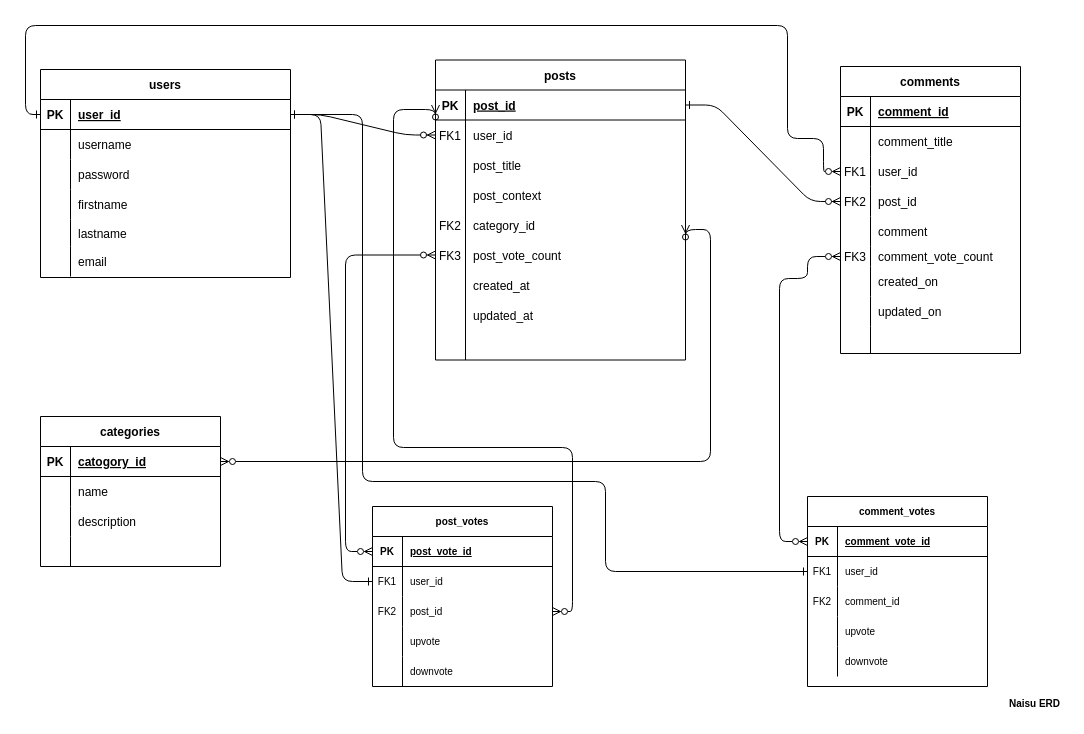
Above: Untitled Diagram.drawio in whoisnaisu/skill-checkpoints-2-back-end-development (draw.io), before the change. Source tidied: cells renumbered, new cells numbered last; positions are measured from the earlier drawing's top-left corner, leaving out a move shared by most shapes. Both pictures are drawn from the tidied source at 100%, with x=0, y=0 at pixel (25, 25).
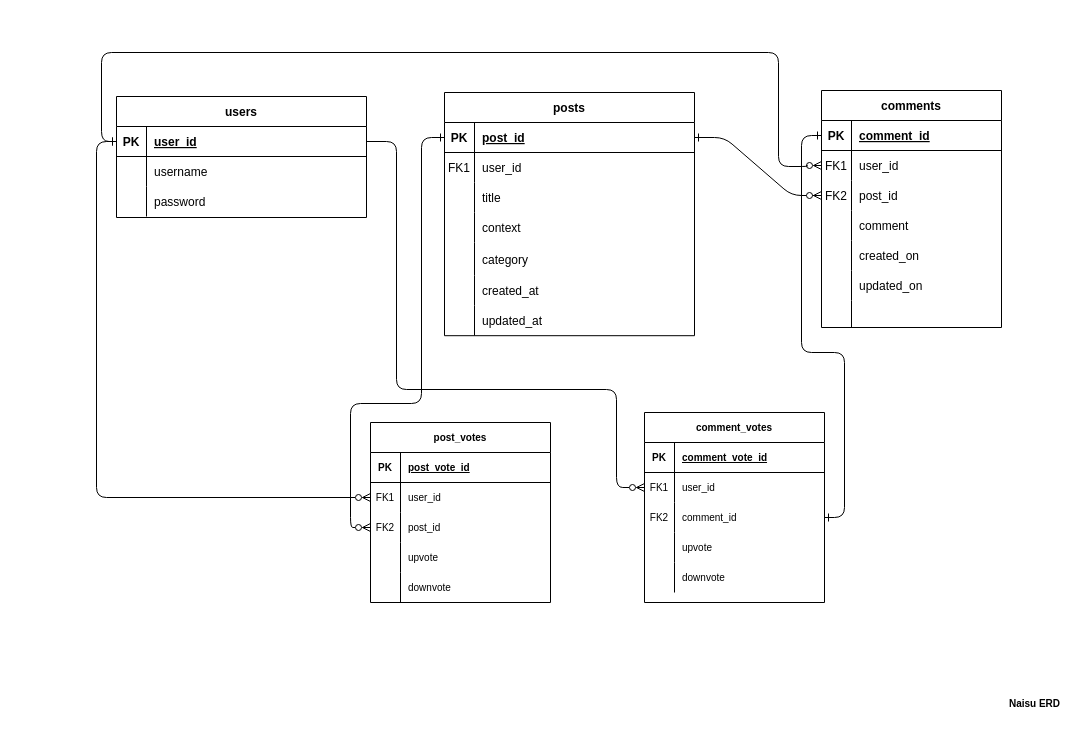
The same diagram, later.

The change refers to these unchanged cells:
```xml
<mxCell id="5" style="shape=partialRectangle;fillColor=none;points=[[0,0.5],[1,0.5]];portConstraint=eastwest;top=0;left=0;right=0;bottom=1;" parent="4" vertex="1">
  <mxGeometry y="30" width="250" height="30" as="geometry" />
</mxCell>
<mxCell id="8" style="shape=partialRectangle;fillColor=none;points=[[0,0.5],[1,0.5]];portConstraint=eastwest;top=0;left=0;right=0;bottom=0;" parent="4" vertex="1">
  <mxGeometry y="60" width="250" height="30" as="geometry" />
</mxCell>
<mxCell id="11" style="shape=partialRectangle;fillColor=none;top=0;left=0;right=0;bottom=0;" parent="4" vertex="1">
  <mxGeometry y="90" width="250" height="30" as="geometry" />
</mxCell>
<mxCell id="14" style="shape=tableRow;horizontal=0;startSize=0;swimlaneHead=0;swimlaneBody=0;fillColor=none;top=0;left=0;right=0;bottom=0;" parent="4" vertex="1">
  <mxGeometry y="120" width="250" height="30" as="geometry" />
</mxCell>
<mxCell id="33" style="shape=partialRectangle;fillColor=none;points=[[0,0.5],[1,0.5]];portConstraint=eastwest;top=0;left=0;right=0;bottom=1;" parent="32" vertex="1">
  <mxGeometry y="30" width="250" height="30" as="geometry" />
</mxCell>
<mxCell id="52" style="shape=tableRow;horizontal=0;startSize=0;swimlaneHead=0;swimlaneBody=0;fillColor=none;points=[[0,0.5],[1,0.5]];portConstraint=eastwest;top=0;left=0;right=0;bottom=1;" parent="51" vertex="1">
  <mxGeometry y="30" width="180" height="30" as="geometry" />
</mxCell>
<mxCell id="96" style="shape=tableRow;horizontal=0;startSize=0;swimlaneHead=0;swimlaneBody=0;fillColor=none;points=[[0,0.5],[1,0.5]];portConstraint=eastwest;top=0;left=0;right=0;bottom=1;glass=0;fontFamily=Helvetica;fontSize=10;" parent="95" vertex="1">
  <mxGeometry y="30" width="180" height="30" as="geometry" />
</mxCell>
<mxCell id="99" style="shape=tableRow;horizontal=0;startSize=0;swimlaneHead=0;swimlaneBody=0;fillColor=none;points=[[0,0.5],[1,0.5]];portConstraint=eastwest;top=0;left=0;right=0;bottom=0;glass=0;fontFamily=Helvetica;fontSize=10;" parent="95" vertex="1">
  <mxGeometry y="60" width="180" height="30" as="geometry" />
</mxCell>
<mxCell id="102" style="shape=tableRow;horizontal=0;startSize=0;swimlaneHead=0;swimlaneBody=0;fillColor=none;points=[[0,0.5],[1,0.5]];portConstraint=eastwest;top=0;left=0;right=0;bottom=0;glass=0;fontFamily=Helvetica;fontSize=10;" parent="95" vertex="1">
  <mxGeometry y="90" width="180" height="30" as="geometry" />
</mxCell>
<mxCell id="112" style="shape=tableRow;horizontal=0;startSize=0;swimlaneHead=0;swimlaneBody=0;fillColor=none;points=[[0,0.5],[1,0.5]];portConstraint=eastwest;top=0;left=0;right=0;bottom=1;glass=0;fontFamily=Helvetica;fontSize=10;" parent="111" vertex="1">
  <mxGeometry y="30" width="180" height="30" as="geometry" />
</mxCell>
<mxCell id="115" style="shape=tableRow;horizontal=0;startSize=0;swimlaneHead=0;swimlaneBody=0;fillColor=none;points=[[0,0.5],[1,0.5]];portConstraint=eastwest;top=0;left=0;right=0;bottom=0;glass=0;fontFamily=Helvetica;fontSize=10;" parent="111" vertex="1">
  <mxGeometry y="60" width="180" height="30" as="geometry" />
</mxCell>
<mxCell id="118" style="shape=tableRow;horizontal=0;startSize=0;swimlaneHead=0;swimlaneBody=0;fillColor=none;points=[[0,0.5],[1,0.5]];portConstraint=eastwest;top=0;left=0;right=0;bottom=0;glass=0;fontFamily=Helvetica;fontSize=10;" parent="111" vertex="1">
  <mxGeometry y="90" width="180" height="30" as="geometry" />
</mxCell>
```

What changed in the source:
```diff
@@
-    <mxCell id="2" style="edgeStyle=entityRelationEdgeStyle;endArrow=ERzeroToMany;startArrow=ERone;endFill=1;startFill=0;" parent="1" edge="1" source="33" target="8">
-      <mxGeometry relative="1" as="geometry" />
-    </mxCell>
@@
     <mxCell id="4" value="posts" style="shape=table;startSize=30;childLayout=tableLayout;rowLines=0;fontStyle=1;align=center;" parent="1" vertex="1">
-      <mxGeometry x="410" y="34.5" width="250" height="300" as="geometry" />
+      <mxGeometry x="419" y="67" width="250" height="243.2" as="geometry" />
     </mxCell>
@@
-    <mxCell id="13" value="post_title" style="shape=partialRectangle;overflow=hidden;fillColor=none;top=0;left=0;bottom=0;right=0;align=left;spacingLeft=6;" parent="11" vertex="1">
+    <mxCell id="13" value="title" style="shape=partialRectangle;overflow=hidden;fillColor=none;top=0;left=0;bottom=0;right=0;align=left;spacingLeft=6;" parent="11" vertex="1">
       <mxGeometry x="30" width="220" height="30" as="geometry" />
     </mxCell>
@@
-    <mxCell id="16" value="post_context" style="shape=partialRectangle;fillColor=none;top=0;left=0;bottom=0;right=0;align=left;spacingLeft=6;overflow=hidden;" parent="14" vertex="1">
+    <mxCell id="16" value="context" style="shape=partialRectangle;fillColor=none;top=0;left=0;bottom=0;right=0;align=left;spacingLeft=6;overflow=hidden;" parent="14" vertex="1">
       <mxGeometry x="30" width="220" height="30" as="geometry" />
     </mxCell>
     <mxCell id="17" style="shape=tableRow;horizontal=0;startSize=0;swimlaneHead=0;swimlaneBody=0;fillColor=none;points=[[0,0.5],[1,0.5]];portConstraint=eastwest;top=0;left=0;right=0;bottom=0;" parent="4" vertex="1">
-      <mxGeometry y="150" width="250" height="30" as="geometry" />
+      <mxGeometry y="150" width="250" height="33" as="geometry" />
     </mxCell>
-    <mxCell id="18" value="FK2" style="shape=partialRectangle;fillColor=none;top=0;left=0;bottom=0;right=0;overflow=hidden;" parent="17" vertex="1">
-      <mxGeometry width="30" height="30" as="geometry" />
+    <mxCell id="18" style="shape=partialRectangle;fillColor=none;top=0;left=0;bottom=0;right=0;overflow=hidden;" parent="17" vertex="1">
+      <mxGeometry width="30" height="33" as="geometry" />
     </mxCell>
-    <mxCell id="19" value="category_id" style="shape=partialRectangle;fillColor=none;top=0;left=0;bottom=0;right=0;align=left;spacingLeft=6;overflow=hidden;" parent="17" vertex="1">
-      <mxGeometry x="30" width="220" height="30" as="geometry" />
+    <mxCell id="19" value="category" style="shape=partialRectangle;fillColor=none;top=0;left=0;bottom=0;right=0;align=left;spacingLeft=6;overflow=hidden;" parent="17" vertex="1">
+      <mxGeometry x="30" width="220" height="33" as="geometry" />
     </mxCell>
-    <mxCell id="20" style="shape=tableRow;horizontal=0;startSize=0;swimlaneHead=0;swimlaneBody=0;fillColor=none;points=[[0,0.5],[1,0.5]];portConstraint=eastwest;top=0;left=0;right=0;bottom=0;" parent="4" vertex="1">
-      <mxGeometry y="180" width="250" height="30" as="geometry" />
-    </mxCell>
-    <mxCell id="21" value="FK3" style="shape=partialRectangle;fillColor=none;top=0;left=0;bottom=0;right=0;fontStyle=0;overflow=hidden;" parent="20" vertex="1">
-      <mxGeometry width="30" height="30" as="geometry" />
-    </mxCell>
-    <mxCell id="22" value="post_vote_count" style="shape=partialRectangle;fillColor=none;top=0;left=0;bottom=0;right=0;align=left;spacingLeft=6;fontStyle=0;overflow=hidden;" parent="20" vertex="1">
-      <mxGeometry x="30" width="220" height="30" as="geometry" />
-    </mxCell>
     <mxCell id="23" style="shape=tableRow;horizontal=0;startSize=0;swimlaneHead=0;swimlaneBody=0;fillColor=none;top=0;left=0;right=0;bottom=0;" parent="4" vertex="1">
-      <mxGeometry y="210" width="250" height="30" as="geometry" />
+      <mxGeometry y="183" width="250" height="30" as="geometry" />
     </mxCell>
@@
     <mxCell id="26" style="shape=tableRow;horizontal=0;startSize=0;swimlaneHead=0;swimlaneBody=0;fillColor=none;top=0;left=0;right=0;bottom=0;" parent="4" vertex="1">
-      <mxGeometry y="240" width="250" height="30" as="geometry" />
+      <mxGeometry y="213" width="250" height="30" as="geometry" />
     </mxCell>
@@
-    <mxCell id="29" style="shape=tableRow;horizontal=0;startSize=0;swimlaneHead=0;swimlaneBody=0;fillColor=none;top=0;left=0;right=0;bottom=0;" parent="4" vertex="1">
-      <mxGeometry y="270" width="250" height="30" as="geometry" />
-    </mxCell>
-    <mxCell id="30" style="shape=partialRectangle;fillColor=none;top=0;left=0;bottom=0;right=0;fontStyle=0;overflow=hidden;" parent="29" vertex="1">
-      <mxGeometry width="30" height="30" as="geometry" />
-    </mxCell>
-    <mxCell id="31" style="shape=partialRectangle;fillColor=none;top=0;left=0;bottom=0;right=0;align=left;spacingLeft=6;fontStyle=0;overflow=hidden;" parent="29" vertex="1">
-      <mxGeometry x="30" width="220" height="30" as="geometry" />
-    </mxCell>
     <mxCell id="32" value="users" style="shape=table;startSize=30;childLayout=tableLayout;rowLines=0;fontStyle=1;align=center;" parent="1" vertex="1">
-      <mxGeometry x="15" y="44" width="250" height="208" as="geometry" />
+      <mxGeometry x="91" y="71" width="250" height="121" as="geometry" />
     </mxCell>
@@
-    <mxCell id="42" style="shape=tableRow;horizontal=0;startSize=0;swimlaneHead=0;swimlaneBody=0;fillColor=none;top=0;left=0;right=0;bottom=0;" parent="32" vertex="1">
-      <mxGeometry y="120" width="250" height="30" as="geometry" />
-    </mxCell>
-    <mxCell id="43" style="shape=partialRectangle;fillColor=none;top=0;left=0;bottom=0;right=0;fontStyle=0;overflow=hidden;" parent="42" vertex="1">
-      <mxGeometry width="30" height="30" as="geometry" />
-    </mxCell>
-    <mxCell id="44" value="firstname" style="shape=partialRectangle;fillColor=none;top=0;left=0;bottom=0;right=0;align=left;spacingLeft=6;fontStyle=0;overflow=hidden;" parent="42" vertex="1">
-      <mxGeometry x="30" width="220" height="30" as="geometry" />
-    </mxCell>
-    <mxCell id="45" style="shape=tableRow;horizontal=0;startSize=0;swimlaneHead=0;swimlaneBody=0;fillColor=none;top=0;left=0;right=0;bottom=0;" parent="32" vertex="1">
-      <mxGeometry y="150" width="250" height="27" as="geometry" />
-    </mxCell>
-    <mxCell id="46" style="shape=partialRectangle;fillColor=none;top=0;left=0;bottom=0;right=0;fontStyle=0;overflow=hidden;" parent="45" vertex="1">
-      <mxGeometry width="30" height="27" as="geometry" />
-    </mxCell>
-    <mxCell id="47" value="lastname" style="shape=partialRectangle;fillColor=none;top=0;left=0;bottom=0;right=0;align=left;spacingLeft=6;fontStyle=0;overflow=hidden;" parent="45" vertex="1">
-      <mxGeometry x="30" width="220" height="27" as="geometry" />
-    </mxCell>
-    <mxCell id="48" style="shape=tableRow;horizontal=0;startSize=0;swimlaneHead=0;swimlaneBody=0;fillColor=none;top=0;left=0;right=0;bottom=0;" parent="32" vertex="1">
-      <mxGeometry y="177" width="250" height="30" as="geometry" />
-    </mxCell>
-    <mxCell id="49" style="shape=partialRectangle;fillColor=none;top=0;left=0;bottom=0;right=0;overflow=hidden;" parent="48" vertex="1">
-      <mxGeometry width="30" height="30" as="geometry" />
-    </mxCell>
-    <mxCell id="50" value="email" style="shape=partialRectangle;fillColor=none;top=0;left=0;bottom=0;right=0;align=left;spacingLeft=6;overflow=hidden;" parent="48" vertex="1">
-      <mxGeometry x="30" width="220" height="30" as="geometry" />
-    </mxCell>
     <mxCell id="51" value="comments" style="shape=table;startSize=30;childLayout=tableLayout;rowLines=0;fontStyle=1;align=center;" parent="1" vertex="1">
-      <mxGeometry x="815" y="41" width="180" height="287" as="geometry" />
+      <mxGeometry x="796" y="65" width="180" height="237" as="geometry" />
     </mxCell>
@@
-    <mxCell id="55" style="shape=tableRow;horizontal=0;startSize=0;swimlaneHead=0;swimlaneBody=0;fillColor=none;top=0;left=0;right=0;bottom=0;" parent="51" vertex="1">
-      <mxGeometry y="60" width="180" height="30" as="geometry" />
-    </mxCell>
-    <mxCell id="56" style="shape=partialRectangle;fillColor=none;top=0;left=0;bottom=0;right=0;overflow=hidden;" parent="55" vertex="1">
-      <mxGeometry width="30" height="30" as="geometry" />
-    </mxCell>
-    <mxCell id="57" value="comment_title" style="shape=partialRectangle;fillColor=none;top=0;left=0;bottom=0;right=0;align=left;spacingLeft=6;overflow=hidden;" parent="55" vertex="1">
-      <mxGeometry x="30" width="150" height="30" as="geometry" />
-    </mxCell>
     <mxCell id="58" style="shape=tableRow;horizontal=0;startSize=0;swimlaneHead=0;swimlaneBody=0;fillColor=none;points=[[0,0.5],[1,0.5]];portConstraint=eastwest;top=0;left=0;right=0;bottom=0;" parent="51" vertex="1">
-      <mxGeometry y="90" width="180" height="30" as="geometry" />
+      <mxGeometry y="60" width="180" height="30" as="geometry" />
     </mxCell>
@@
     <mxCell id="61" style="shape=tableRow;horizontal=0;startSize=0;swimlaneHead=0;swimlaneBody=0;fillColor=none;points=[[0,0.5],[1,0.5]];portConstraint=eastwest;top=0;left=0;right=0;bottom=0;" parent="51" vertex="1">
-      <mxGeometry y="120" width="180" height="30" as="geometry" />
+      <mxGeometry y="90" width="180" height="30" as="geometry" />
     </mxCell>
@@
     <mxCell id="64" style="shape=tableRow;horizontal=0;startSize=0;swimlaneHead=0;swimlaneBody=0;fillColor=none;top=0;left=0;right=0;bottom=0;" parent="51" vertex="1">
-      <mxGeometry y="150" width="180" height="30" as="geometry" />
+      <mxGeometry y="120" width="180" height="30" as="geometry" />
     </mxCell>
@@
-    <mxCell id="67" style="shape=tableRow;horizontal=0;startSize=0;swimlaneHead=0;swimlaneBody=0;fillColor=none;points=[[0,0.5],[1,0.5]];portConstraint=eastwest;top=0;left=0;right=0;bottom=0;" parent="51" vertex="1">
-      <mxGeometry y="180" width="180" height="20" as="geometry" />
-    </mxCell>
-    <mxCell id="68" value="FK3" style="shape=partialRectangle;fillColor=none;top=0;left=0;bottom=0;right=0;fontStyle=0;overflow=hidden;" parent="67" vertex="1">
-      <mxGeometry width="30" height="20" as="geometry" />
-    </mxCell>
-    <mxCell id="69" value="comment_vote_count" style="shape=partialRectangle;fillColor=none;top=0;left=0;bottom=0;right=0;align=left;spacingLeft=6;fontStyle=0;overflow=hidden;" parent="67" vertex="1">
-      <mxGeometry x="30" width="150" height="20" as="geometry" />
-    </mxCell>
     <mxCell id="70" style="shape=tableRow;horizontal=0;startSize=0;swimlaneHead=0;swimlaneBody=0;fillColor=none;top=0;left=0;right=0;bottom=0;" parent="51" vertex="1">
-      <mxGeometry y="200" width="180" height="30" as="geometry" />
+      <mxGeometry y="150" width="180" height="30" as="geometry" />
     </mxCell>
@@
     <mxCell id="73" style="shape=tableRow;horizontal=0;startSize=0;swimlaneHead=0;swimlaneBody=0;fillColor=none;top=0;left=0;right=0;bottom=0;" parent="51" vertex="1">
-      <mxGeometry y="230" width="180" height="30" as="geometry" />
+      <mxGeometry y="180" width="180" height="30" as="geometry" />
     </mxCell>
@@
     <mxCell id="76" style="shape=tableRow;horizontal=0;startSize=0;swimlaneHead=0;swimlaneBody=0;fillColor=none;top=0;left=0;right=0;bottom=0;" parent="51" vertex="1">
-      <mxGeometry y="260" width="180" height="27" as="geometry" />
+      <mxGeometry y="210" width="180" height="27" as="geometry" />
     </mxCell>
@@
-    <mxCell id="79" style="edgeStyle=orthogonalEdgeStyle;rounded=1;jettySize=auto;html=1;exitX=0;exitY=0.5;exitDx=0;exitDy=0;entryX=0;entryY=0.5;entryDx=0;entryDy=0;startArrow=ERone;startFill=0;endArrow=ERzeroToMany;endFill=0;elbow=vertical;" parent="1" edge="1" source="33" target="58">
+    <mxCell id="79" style="edgeStyle=orthogonalEdgeStyle;rounded=1;jettySize=auto;html=1;exitX=0;exitY=0.5;exitDx=0;exitDy=0;startArrow=ERone;startFill=0;endArrow=ERzeroToMany;endFill=0;elbow=vertical;entryX=0;entryY=0.5;entryDx=0;entryDy=0;" parent="1" edge="1" source="33" target="58">
       <mxGeometry relative="1" as="geometry">
         <Array as="points">
-          <mxPoint y="89" />
-          <mxPoint />
-          <mxPoint x="762" />
-          <mxPoint x="762" y="113" />
-          <mxPoint x="798" y="113" />
-          <mxPoint x="798" y="146" />
+          <mxPoint x="76" y="116" />
+          <mxPoint x="76" y="27" />
+          <mxPoint x="753" y="27" />
+          <mxPoint x="753" y="141" />
+          <mxPoint x="782" y="141" />
         </Array>
       </mxGeometry>
     </mxCell>
-    <mxCell id="80" value="categories" style="shape=table;startSize=30;childLayout=tableLayout;rowLines=0;fontStyle=1;align=center;" parent="1" vertex="1">
-      <mxGeometry x="15" y="391" width="180" height="150" as="geometry" />
-    </mxCell>
-    <mxCell id="81" style="shape=tableRow;horizontal=0;startSize=0;swimlaneHead=0;swimlaneBody=0;fillColor=none;points=[[0,0.5],[1,0.5]];portConstraint=eastwest;top=0;left=0;right=0;bottom=1;" parent="80" vertex="1">
-      <mxGeometry y="30" width="180" height="30" as="geometry" />
-    </mxCell>
-    <mxCell id="82" value="PK" style="shape=partialRectangle;fillColor=none;top=0;left=0;bottom=0;right=0;fontStyle=1;overflow=hidden;" parent="81" vertex="1">
-      <mxGeometry width="30" height="30" as="geometry" />
-    </mxCell>
-    <mxCell id="83" value="catogory_id" style="shape=partialRectangle;fillColor=none;top=0;left=0;bottom=0;right=0;align=left;spacingLeft=6;fontStyle=5;overflow=hidden;" parent="81" vertex="1">
-      <mxGeometry x="30" width="150" height="30" as="geometry" />
-    </mxCell>
-    <mxCell id="84" style="shape=tableRow;horizontal=0;startSize=0;swimlaneHead=0;swimlaneBody=0;fillColor=none;top=0;left=0;right=0;bottom=0;" parent="80" vertex="1">
-      <mxGeometry y="60" width="180" height="30" as="geometry" />
-    </mxCell>
-    <mxCell id="85" style="shape=partialRectangle;fillColor=none;top=0;left=0;bottom=0;right=0;overflow=hidden;" parent="84" vertex="1">
-      <mxGeometry width="30" height="30" as="geometry" />
-    </mxCell>
-    <mxCell id="86" value="name" style="shape=partialRectangle;fillColor=none;top=0;left=0;bottom=0;right=0;align=left;spacingLeft=6;overflow=hidden;" parent="84" vertex="1">
-      <mxGeometry x="30" width="150" height="30" as="geometry" />
-    </mxCell>
-    <mxCell id="87" style="shape=tableRow;horizontal=0;startSize=0;swimlaneHead=0;swimlaneBody=0;fillColor=none;top=0;left=0;right=0;bottom=0;" parent="80" vertex="1">
-      <mxGeometry y="90" width="180" height="30" as="geometry" />
-    </mxCell>
-    <mxCell id="88" style="shape=partialRectangle;fillColor=none;top=0;left=0;bottom=0;right=0;overflow=hidden;" parent="87" vertex="1">
-      <mxGeometry width="30" height="30" as="geometry" />
-    </mxCell>
-    <mxCell id="89" value="description" style="shape=partialRectangle;fillColor=none;top=0;left=0;bottom=0;right=0;align=left;spacingLeft=6;overflow=hidden;" parent="87" vertex="1">
-      <mxGeometry x="30" width="150" height="30" as="geometry" />
-    </mxCell>
-    <mxCell id="90" style="shape=tableRow;horizontal=0;startSize=0;swimlaneHead=0;swimlaneBody=0;fillColor=none;top=0;left=0;right=0;bottom=0;" parent="80" vertex="1">
-      <mxGeometry y="120" width="180" height="30" as="geometry" />
-    </mxCell>
-    <mxCell id="91" style="shape=partialRectangle;fillColor=none;top=0;left=0;bottom=0;right=0;overflow=hidden;" parent="90" vertex="1">
-      <mxGeometry width="30" height="30" as="geometry" />
-    </mxCell>
-    <mxCell id="92" style="shape=partialRectangle;fillColor=none;top=0;left=0;bottom=0;right=0;align=left;spacingLeft=6;overflow=hidden;" parent="90" vertex="1">
-      <mxGeometry x="30" width="150" height="30" as="geometry" />
-    </mxCell>
-    <mxCell id="93" style="edgeStyle=orthogonalEdgeStyle;rounded=1;jettySize=auto;html=1;exitX=1;exitY=0.5;exitDx=0;exitDy=0;startArrow=ERzeroToMany;startFill=0;endArrow=ERzeroToMany;endFill=0;elbow=vertical;" parent="1" edge="1" source="17" target="81">
-      <mxGeometry relative="1" as="geometry">
-        <Array as="points">
-          <mxPoint x="685" y="204" />
-          <mxPoint x="685" y="436" />
-        </Array>
-      </mxGeometry>
-    </mxCell>
@@
     <mxCell id="95" value="post_votes" style="shape=table;startSize=30;childLayout=tableLayout;rowLines=0;fontStyle=1;align=center;glass=0;fontFamily=Helvetica;fontSize=10;" parent="1" vertex="1">
-      <mxGeometry x="347" y="481" width="180" height="180" as="geometry" />
+      <mxGeometry x="345" y="397" width="180" height="180" as="geometry" />
     </mxCell>
@@
     <mxCell id="111" value="comment_votes" style="shape=table;startSize=30;childLayout=tableLayout;rowLines=0;fontStyle=1;align=center;glass=0;fontFamily=Helvetica;fontSize=10;" parent="1" vertex="1">
-      <mxGeometry x="782" y="471" width="180" height="190" as="geometry" />
+      <mxGeometry x="619" y="387" width="180" height="190" as="geometry" />
     </mxCell>
@@
-    <mxCell id="127" style="edgeStyle=orthogonalEdgeStyle;rounded=1;jettySize=auto;html=1;exitX=0;exitY=0.5;exitDx=0;exitDy=0;fontFamily=Helvetica;fontSize=10;startArrow=ERzeroToMany;startFill=0;endArrow=ERzeroToMany;endFill=0;elbow=vertical;" parent="1" edge="1" source="20" target="96">
-      <mxGeometry relative="1" as="geometry">
-        <Array as="points">
-          <mxPoint x="320" y="230" />
-          <mxPoint x="320" y="526" />
-        </Array>
-      </mxGeometry>
-    </mxCell>
-    <mxCell id="128" style="edgeStyle=orthogonalEdgeStyle;rounded=1;jettySize=auto;html=1;exitX=0;exitY=0.5;exitDx=0;exitDy=0;fontFamily=Helvetica;fontSize=10;startArrow=ERzeroToMany;startFill=0;endArrow=ERzeroToMany;endFill=0;elbow=vertical;entryX=0;entryY=0.5;entryDx=0;entryDy=0;" parent="1" edge="1" source="67" target="112">
-      <mxGeometry relative="1" as="geometry">
-        <Array as="points">
-          <mxPoint x="782" y="231" />
-          <mxPoint x="782" y="253" />
-          <mxPoint x="754" y="253" />
-          <mxPoint x="754" y="516" />
-        </Array>
-      </mxGeometry>
-    </mxCell>
+    <mxCell id="132" style="edgeStyle=orthogonalEdgeStyle;rounded=1;jettySize=auto;html=1;exitX=0;exitY=0.5;exitDx=0;exitDy=0;elbow=vertical;startArrow=ERone;startFill=0;endArrow=ERone;endFill=0;" parent="1" edge="1" source="52" target="118">
+      <mxGeometry relative="1" as="geometry">
+        <Array as="points">
+          <mxPoint x="776" y="110" />
+          <mxPoint x="776" y="327" />
+          <mxPoint x="819" y="327" />
+          <mxPoint x="819" y="492" />
+        </Array>
+      </mxGeometry>
+    </mxCell>
+    <mxCell id="131" style="edgeStyle=orthogonalEdgeStyle;rounded=1;jettySize=auto;html=1;exitX=1;exitY=0.5;exitDx=0;exitDy=0;entryX=0;entryY=0.5;entryDx=0;entryDy=0;endArrow=ERzeroToMany;endFill=0;" parent="1" edge="1" source="33" target="115">
+      <mxGeometry relative="1" as="geometry">
+        <Array as="points">
+          <mxPoint x="371" y="116" />
+          <mxPoint x="371" y="364" />
+          <mxPoint x="591" y="364" />
+          <mxPoint x="591" y="462" />
+        </Array>
+      </mxGeometry>
+    </mxCell>
-    <mxCell id="129" style="edgeStyle=orthogonalEdgeStyle;rounded=1;jettySize=auto;html=1;exitX=0;exitY=0.5;exitDx=0;exitDy=0;fontFamily=Helvetica;fontSize=10;startArrow=ERzeroToMany;startFill=0;endArrow=ERzeroToMany;endFill=0;elbow=vertical;" parent="1" edge="1" source="5" target="102">
+    <mxCell id="129" style="edgeStyle=orthogonalEdgeStyle;rounded=1;jettySize=auto;html=1;exitX=0;exitY=0.5;exitDx=0;exitDy=0;entryX=0;entryY=0.5;entryDx=0;entryDy=0;startArrow=ERone;startFill=0;endArrow=ERzeroToMany;endFill=0;" parent="1" edge="1" source="5" target="102">
       <mxGeometry relative="1" as="geometry">
         <Array as="points">
-          <mxPoint x="368" y="84" />
-          <mxPoint x="368" y="422" />
-          <mxPoint x="547" y="422" />
-          <mxPoint x="547" y="586" />
+          <mxPoint x="396" y="112" />
+          <mxPoint x="396" y="378" />
+          <mxPoint x="325" y="378" />
+          <mxPoint x="325" y="502" />
         </Array>
       </mxGeometry>
     </mxCell>
-    <mxCell id="130" style="edgeStyle=entityRelationEdgeStyle;rounded=1;jettySize=auto;html=1;exitX=1;exitY=0.5;exitDx=0;exitDy=0;entryX=0;entryY=0.5;entryDx=0;entryDy=0;fontFamily=Helvetica;fontSize=10;startArrow=none;startFill=0;endArrow=ERone;endFill=0;elbow=vertical;" parent="1" edge="1" source="33" target="99">
+    <mxCell id="130" style="edgeStyle=orthogonalEdgeStyle;rounded=1;jettySize=auto;html=1;exitX=0;exitY=0.5;exitDx=0;exitDy=0;startArrow=ERone;startFill=0;endArrow=ERzeroToMany;endFill=0;" parent="1" edge="1" source="33" target="99">
       <mxGeometry relative="1" as="geometry" />
     </mxCell>
-    <mxCell id="131" style="edgeStyle=orthogonalEdgeStyle;rounded=1;jettySize=auto;html=1;exitX=1;exitY=0.5;exitDx=0;exitDy=0;entryX=0;entryY=0.5;entryDx=0;entryDy=0;fontFamily=Helvetica;fontSize=10;startArrow=ERone;startFill=0;endArrow=ERone;endFill=0;" parent="1" edge="1" source="33" target="115">
-      <mxGeometry relative="1" as="geometry">
-        <Array as="points">
-          <mxPoint x="337" y="89" />
-          <mxPoint x="337" y="456" />
-          <mxPoint x="580" y="456" />
-          <mxPoint x="580" y="546" />
-        </Array>
-      </mxGeometry>
-    </mxCell>
```
